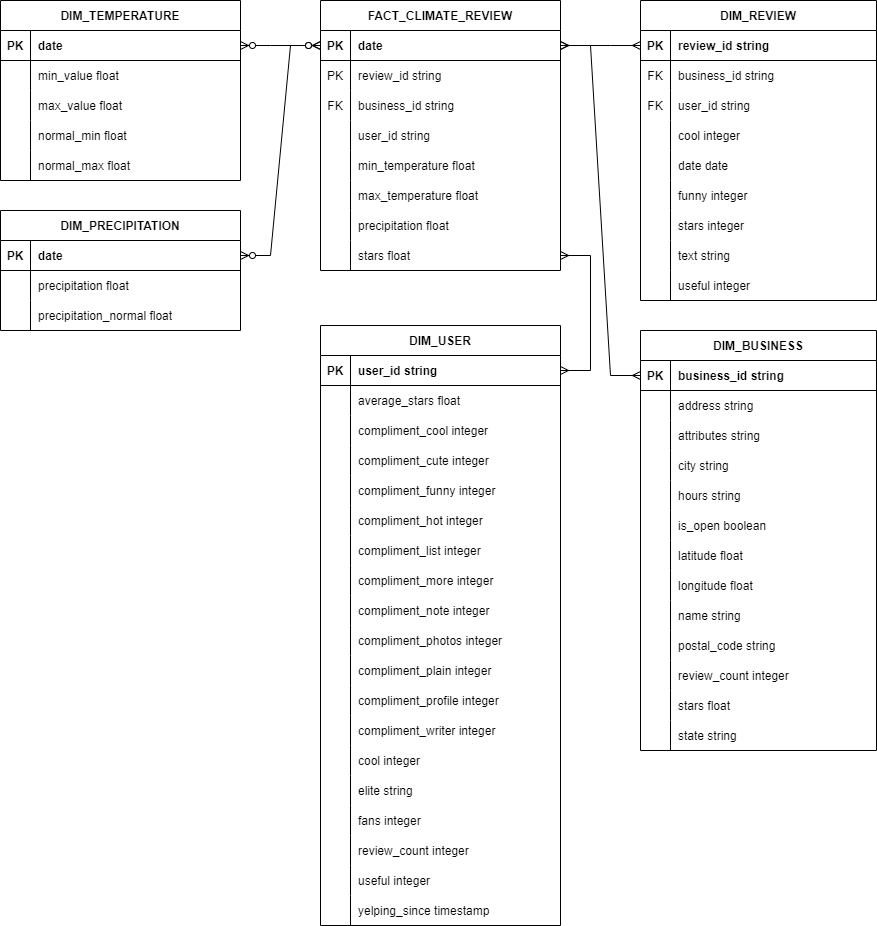
This is YELP_Review_DW/9. yelpweather_star_diagram.png from ohikendoit/data_architect_foundation, a draw.io export, as it was before one commit. Source tidied: cells renumbered, new cells last; positions are measured from the earlier drawing's top-left corner, leaving out a move shared by most shapes.
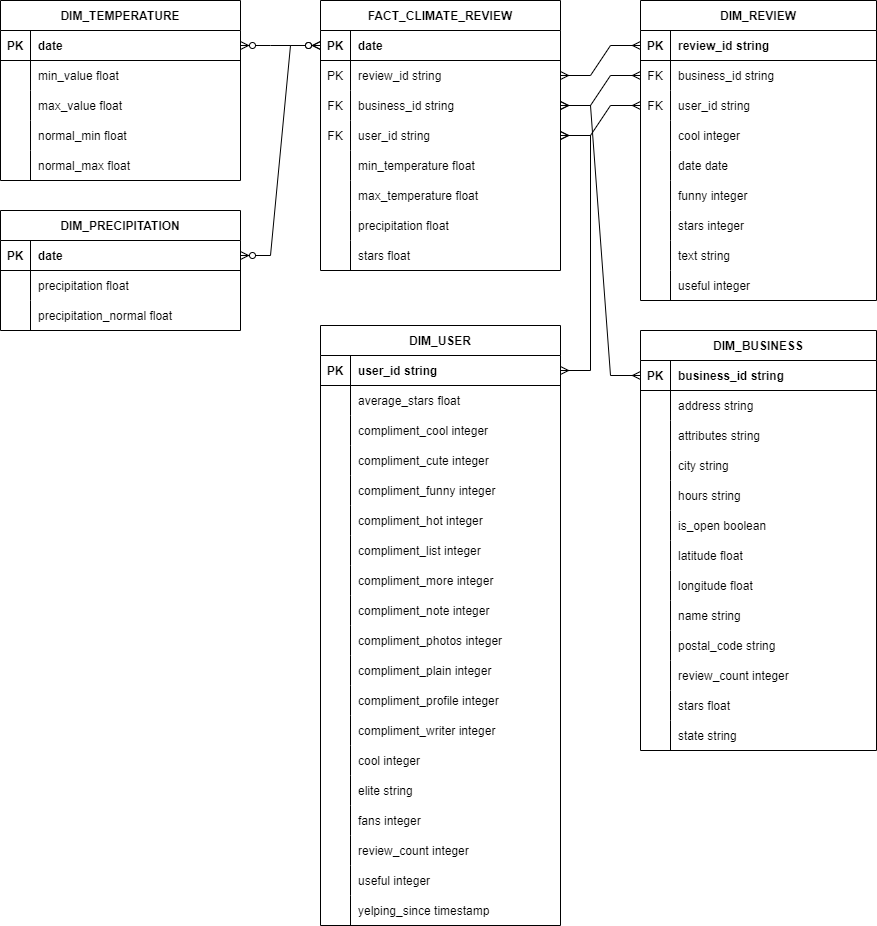
Above is the later version.

Diff of the diagram source:
```diff
@@ -155,7 +155,7 @@
     <mxCell id="52" style="shape=tableRow;horizontal=0;startSize=0;swimlaneHead=0;swimlaneBody=0;fillColor=none;points=[[0,0.5],[1,0.5]];portConstraint=eastwest;top=0;left=0;right=0;bottom=0;" parent="42" vertex="1">
       <mxGeometry y="120" width="240" height="30" as="geometry" />
     </mxCell>
-    <mxCell id="53" style="shape=partialRectangle;fillColor=none;top=0;left=0;bottom=0;right=0;overflow=hidden;" parent="52" vertex="1">
+    <mxCell id="53" value="FK" style="shape=partialRectangle;fillColor=none;top=0;left=0;bottom=0;right=0;overflow=hidden;" parent="52" vertex="1">
       <mxGeometry width="30" height="30" as="geometry" />
     </mxCell>
     <mxCell id="54" value="user_id string" style="shape=partialRectangle;fillColor=none;top=0;left=0;bottom=0;right=0;align=left;spacingLeft=6;overflow=hidden;" parent="52" vertex="1">
@@ -539,14 +539,20 @@
     <mxCell id="180" style="edgeStyle=entityRelationEdgeStyle;fontSize=12;html=1;endArrow=ERzeroToMany;endFill=1;startArrow=ERzeroToMany;rounded=0;entryX=0;entryY=0.5;entryDx=0;entryDy=0;exitX=1;exitY=0.5;exitDx=0;exitDy=0;" parent="1" edge="1" source="96" target="43">
       <mxGeometry relative="1" as="geometry" />
     </mxCell>
-    <mxCell id="181" style="edgeStyle=entityRelationEdgeStyle;fontSize=12;html=1;endArrow=ERmany;startArrow=ERmany;rounded=0;entryX=0;entryY=0.5;entryDx=0;entryDy=0;exitX=1;exitY=0.5;exitDx=0;exitDy=0;" parent="1" edge="1" source="43" target="68">
+    <mxCell id="181" style="edgeStyle=entityRelationEdgeStyle;fontSize=12;html=1;endArrow=ERmany;startArrow=ERmany;rounded=0;entryX=0;entryY=0.5;entryDx=0;entryDy=0;exitX=1;exitY=0.5;exitDx=0;exitDy=0;" parent="1" edge="1" source="46" target="68">
       <mxGeometry relative="1" as="geometry" />
     </mxCell>
-    <mxCell id="182" style="edgeStyle=entityRelationEdgeStyle;fontSize=12;html=1;endArrow=ERmany;startArrow=ERmany;rounded=0;exitX=1;exitY=0.5;exitDx=0;exitDy=0;entryX=0;entryY=0.5;entryDx=0;entryDy=0;" parent="1" edge="1" source="43" target="3">
+    <mxCell id="182" style="edgeStyle=entityRelationEdgeStyle;fontSize=12;html=1;endArrow=ERmany;startArrow=ERmany;rounded=0;exitX=1;exitY=0.5;exitDx=0;exitDy=0;entryX=0;entryY=0.5;entryDx=0;entryDy=0;" parent="1" edge="1" source="49" target="3">
       <mxGeometry relative="1" as="geometry" />
     </mxCell>
-    <mxCell id="183" style="edgeStyle=entityRelationEdgeStyle;fontSize=12;html=1;endArrow=ERmany;startArrow=ERmany;rounded=0;exitX=1;exitY=0.5;exitDx=0;exitDy=0;" parent="1" edge="1" source="122" target="64">
+    <mxCell id="183" style="edgeStyle=entityRelationEdgeStyle;fontSize=12;html=1;endArrow=ERmany;startArrow=ERmany;rounded=0;exitX=1;exitY=0.5;exitDx=0;exitDy=0;entryX=1;entryY=0.5;entryDx=0;entryDy=0;" parent="1" edge="1" source="122" target="52">
       <mxGeometry relative="1" as="geometry" />
     </mxCell>
+    <mxCell id="184" style="edgeStyle=entityRelationEdgeStyle;fontSize=12;html=1;endArrow=ERmany;startArrow=ERmany;rounded=0;entryX=0;entryY=0.5;entryDx=0;entryDy=0;exitX=1;exitY=0.5;exitDx=0;exitDy=0;" parent="1" edge="1" source="49" target="71">
+      <mxGeometry relative="1" as="geometry" />
+    </mxCell>
+    <mxCell id="185" style="edgeStyle=entityRelationEdgeStyle;fontSize=12;html=1;endArrow=ERmany;startArrow=ERmany;rounded=0;entryX=0;entryY=0.5;entryDx=0;entryDy=0;exitX=1;exitY=0.5;exitDx=0;exitDy=0;" parent="1" edge="1" source="52" target="74">
+      <mxGeometry relative="1" as="geometry" />
+    </mxCell>
   </root>
 </mxGraphModel>
```
